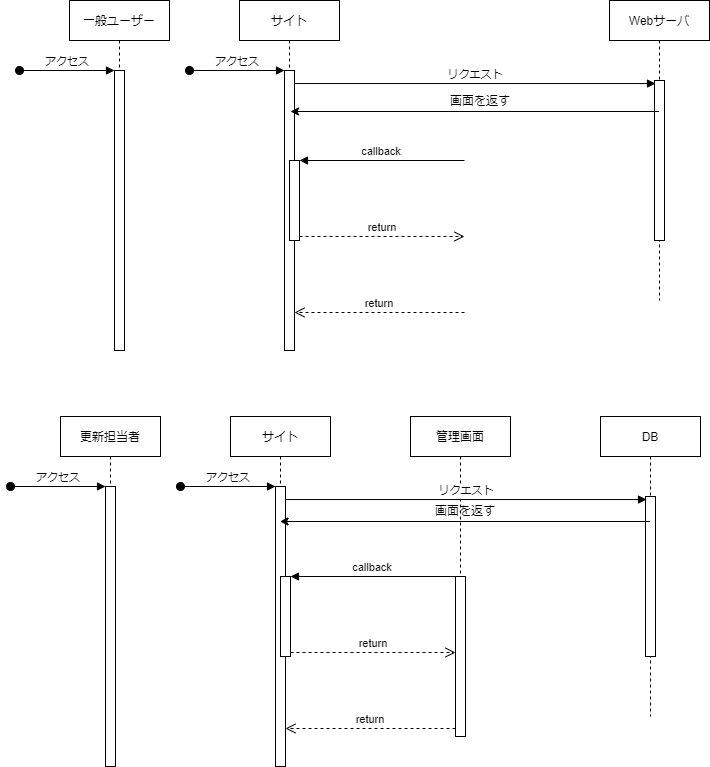
Above: シーケンス図.drawio.png in buyodo/webgis-dev-doc (draw.io), before the change. Source tidied: cells renumbered, new cells last; positions are measured from the earlier drawing's top-left corner, leaving out a move shared by most shapes.
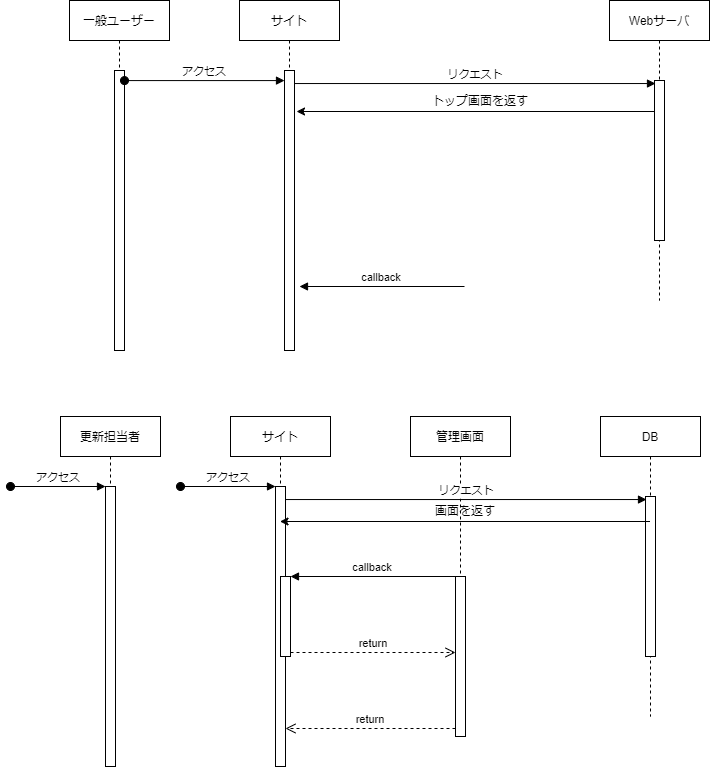
After the change.

Commit message:
シーケンス図.drawio.png を更新します

What changed in the source:
```diff
@@ -8,42 +8,25 @@
     <mxCell id="3" style="points=[];perimeter=orthogonalPerimeter;rounded=0;shadow=0;strokeWidth=1;" parent="2" vertex="1">
       <mxGeometry x="45" y="70" width="10" height="280" as="geometry" />
     </mxCell>
-    <mxCell id="4" value="アクセス" style="verticalAlign=bottom;startArrow=oval;endArrow=block;startSize=8;shadow=0;strokeWidth=1;" parent="2" edge="1" target="3">
-      <mxGeometry relative="1" as="geometry">
-        <mxPoint x="-50" y="70" as="sourcePoint" />
-      </mxGeometry>
-    </mxCell>
-    <mxCell id="5" style="points=[];perimeter=orthogonalPerimeter;rounded=0;shadow=0;strokeWidth=1;" parent="2" vertex="1">
-      <mxGeometry x="50" y="160" width="10" height="80" as="geometry" />
-    </mxCell>
-    <mxCell id="6" value="return" style="verticalAlign=bottom;endArrow=open;dashed=1;endSize=8;exitX=0;exitY=0.95;shadow=0;strokeWidth=1;" parent="1" edge="1" target="3">
-      <mxGeometry relative="1" as="geometry">
-        <mxPoint x="454" y="312" as="sourcePoint" />
-      </mxGeometry>
-    </mxCell>
     <mxCell id="7" value="リクエスト" style="verticalAlign=bottom;endArrow=block;entryX=0.1;entryY=0.019;shadow=0;strokeWidth=1;entryDx=0;entryDy=0;entryPerimeter=0;" parent="1" edge="1" source="3" target="11">
       <mxGeometry relative="1" as="geometry" />
     </mxCell>
-    <mxCell id="8" value="callback" style="verticalAlign=bottom;endArrow=block;entryX=1;entryY=0;shadow=0;strokeWidth=1;" parent="1" edge="1" target="5">
+    <mxCell id="8" value="callback" style="verticalAlign=bottom;endArrow=block;entryX=1;entryY=0;shadow=0;strokeWidth=1;" parent="1" edge="1">
       <mxGeometry relative="1" as="geometry">
-        <mxPoint x="454" y="160" as="sourcePoint" />
+        <mxPoint x="454" y="286" as="sourcePoint" />
+        <mxPoint x="289" y="286" as="targetPoint" />
       </mxGeometry>
     </mxCell>
-    <mxCell id="9" value="return" style="verticalAlign=bottom;endArrow=open;dashed=1;endSize=8;exitX=1;exitY=0.95;shadow=0;strokeWidth=1;" parent="1" edge="1" source="5">
-      <mxGeometry relative="1" as="geometry">
-        <mxPoint x="454" y="236" as="targetPoint" />
-      </mxGeometry>
-    </mxCell>
     <mxCell id="10" value="Webサーバ" style="shape=umlLifeline;perimeter=lifelinePerimeter;rounded=0;shadow=0;strokeWidth=1;" parent="1" vertex="1">
       <mxGeometry x="599" width="100" height="300" as="geometry" />
     </mxCell>
     <mxCell id="11" style="points=[];perimeter=orthogonalPerimeter;rounded=0;shadow=0;strokeWidth=1;" parent="10" vertex="1">
       <mxGeometry x="45" y="80" width="10" height="160" as="geometry" />
     </mxCell>
-    <mxCell id="12" style="endArrow=classic;html=1;rounded=0;entryX=0.6;entryY=0.125;entryDx=0;entryDy=0;entryPerimeter=0;" parent="1" edge="1">
+    <mxCell id="12" style="endArrow=classic;html=1;rounded=0;" parent="1" edge="1">
       <mxGeometry relative="1" as="geometry">
-        <mxPoint x="648.5" y="111" as="sourcePoint" />
-        <mxPoint x="280" y="111" as="targetPoint" />
+        <mxPoint x="644.5" y="111" as="sourcePoint" />
+        <mxPoint x="286" y="111" as="targetPoint" />
       </mxGeometry>
     </mxCell>
     <mxCell id="13" value="一般ユーザー" style="shape=umlLifeline;perimeter=lifelinePerimeter;rounded=0;shadow=0;strokeWidth=1;" parent="1" vertex="1">
@@ -52,11 +35,6 @@
     <mxCell id="14" style="points=[];perimeter=orthogonalPerimeter;rounded=0;shadow=0;strokeWidth=1;" parent="13" vertex="1">
       <mxGeometry x="45" y="70" width="10" height="280" as="geometry" />
     </mxCell>
-    <mxCell id="15" value="アクセス" style="verticalAlign=bottom;startArrow=oval;endArrow=block;startSize=8;shadow=0;strokeWidth=1;" parent="13" edge="1" target="14">
-      <mxGeometry relative="1" as="geometry">
-        <mxPoint x="-50" y="70" as="sourcePoint" />
-      </mxGeometry>
-    </mxCell>
     <mxCell id="16" value="サイト" style="shape=umlLifeline;perimeter=lifelinePerimeter;rounded=0;shadow=0;strokeWidth=1;" parent="1" vertex="1">
       <mxGeometry x="220" y="416" width="100" height="350" as="geometry" />
     </mxCell>
@@ -115,8 +93,11 @@
         <mxPoint x="-50" y="70" as="sourcePoint" />
       </mxGeometry>
     </mxCell>
-    <mxCell id="33" value="画面を返す" style="text;html=1;strokeColor=none;fillColor=none;align=center;verticalAlign=middle;whiteSpace=wrap;rounded=0;" parent="1" vertex="1">
-      <mxGeometry x="430" y="86" width="80" height="30" as="geometry" />
+    <mxCell id="33" value="トップ画面を返す" style="text;html=1;strokeColor=none;fillColor=none;align=center;verticalAlign=middle;whiteSpace=wrap;rounded=0;" parent="1" vertex="1">
+      <mxGeometry x="410" y="86" width="120" height="30" as="geometry" />
     </mxCell>
+    <mxCell id="4" value="アクセス" style="verticalAlign=bottom;startArrow=oval;endArrow=block;startSize=8;shadow=0;strokeWidth=1;exitX=1;exitY=0.036;exitDx=0;exitDy=0;exitPerimeter=0;" parent="1" edge="1" source="14" target="3">
+      <mxGeometry relative="1" as="geometry" />
+    </mxCell>
   </root>
 </mxGraphModel>
```
